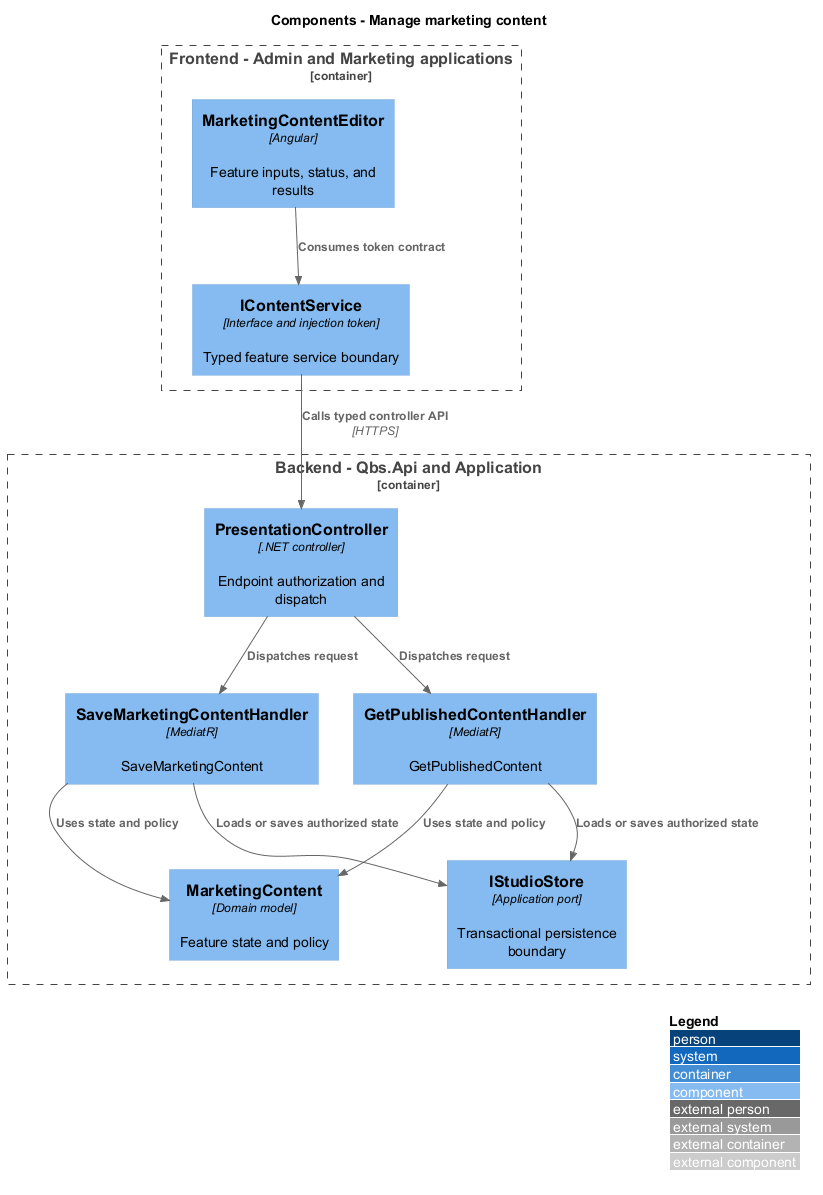
Before: docs/detailed-designs/public-presentation/manage-marketing-content/diagrams/c4-component.png, a diagram exported from PlantUML (QuinntyneBrown/quinntyne-brown-studio). Source of this version:
```plantuml
@startuml
!include <C4/C4_Component>
LAYOUT_WITH_LEGEND()
title Components - Manage marketing content
Container_Boundary(frontend, "Frontend - Admin and Marketing applications") {
 Component(page, "MarketingContentEditor", "Angular", "Feature inputs, status, and results")
 Component(client, "IContentService", "Interface and injection token", "Typed feature service boundary")
}
Container_Boundary(api, "Backend - Qbs.Api and Application") {
 Component(ctrl, "PresentationController", ".NET controller", "Endpoint authorization and dispatch")
 Component(handler0, "SaveMarketingContentHandler", "MediatR", "SaveMarketingContent")
 Component(handler1, "GetPublishedContentHandler", "MediatR", "GetPublishedContent")
 Component(entity, "MarketingContent", "Domain model", "Feature state and policy")
 Component(store, "IStudioStore", "Application port", "Transactional persistence boundary")
}
Rel(page, client, "Consumes token contract")
Rel(client, ctrl, "Calls typed controller API", "HTTPS")
Rel(ctrl, handler0, "Dispatches request")
Rel(handler0, entity, "Uses state and policy")
Rel(handler0, store, "Loads or saves authorized state")
Rel(ctrl, handler1, "Dispatches request")
Rel(handler1, entity, "Uses state and policy")
Rel(handler1, store, "Loads or saves authorized state")
@enduml
```
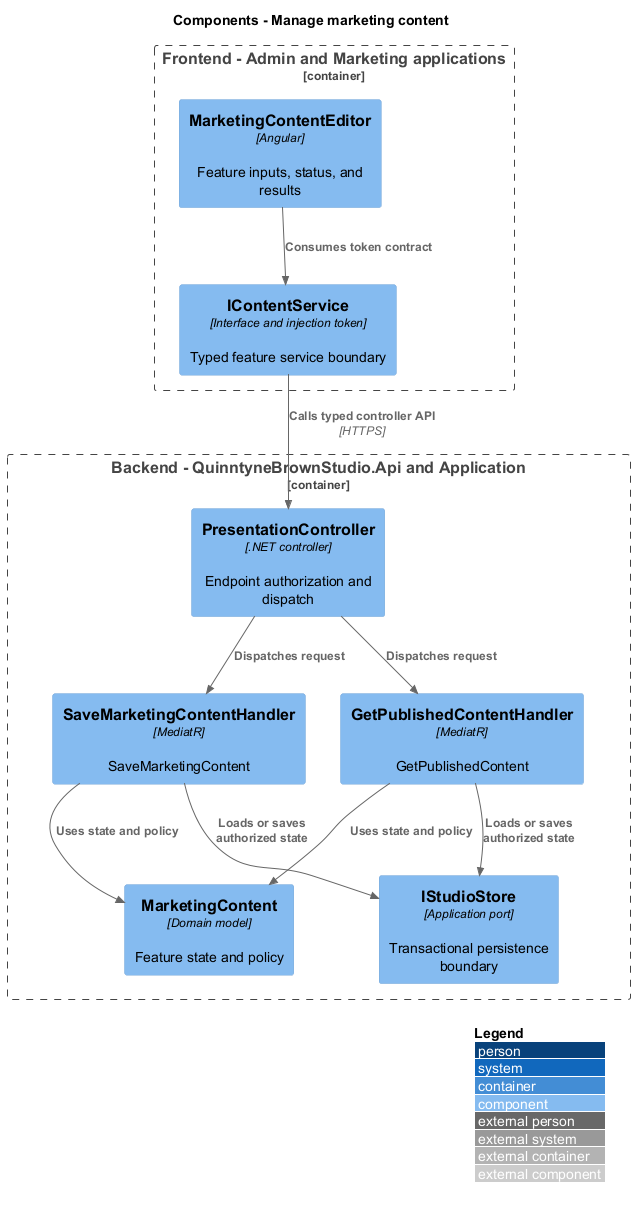
Later version of the same file.

The edit, as a diff of the source:
```diff
@@ -6,7 +6,7 @@
  Component(page, "MarketingContentEditor", "Angular", "Feature inputs, status, and results")
  Component(client, "IContentService", "Interface and injection token", "Typed feature service boundary")
 }
-Container_Boundary(api, "Backend - Qbs.Api and Application") {
+Container_Boundary(api, "Backend - QuinntyneBrownStudio.Api and Application") {
  Component(ctrl, "PresentationController", ".NET controller", "Endpoint authorization and dispatch")
  Component(handler0, "SaveMarketingContentHandler", "MediatR", "SaveMarketingContent")
  Component(handler1, "GetPublishedContentHandler", "MediatR", "GetPublishedContent")
```
